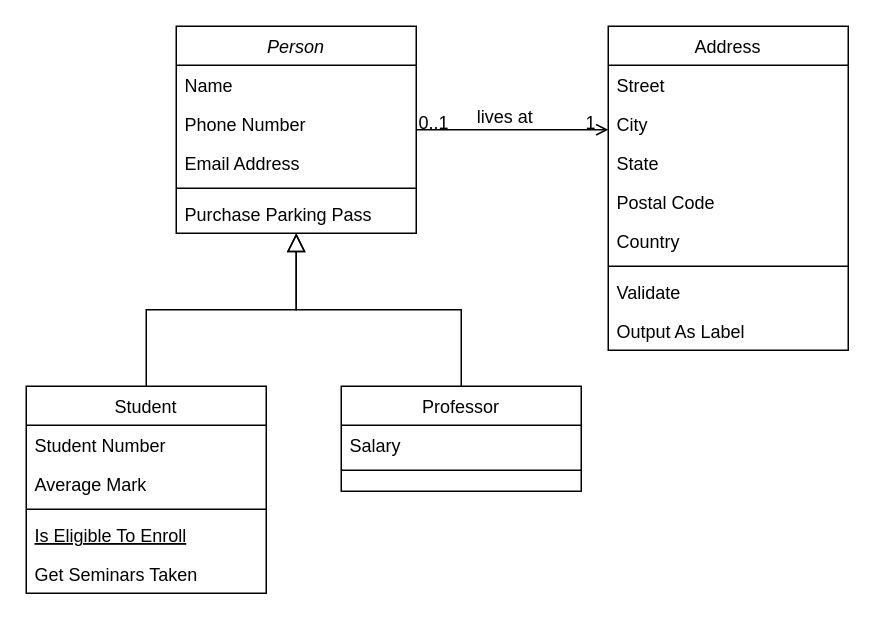
Above: Untitled Diagram.drawio in Stormtroopper/HTML-layout-learning (draw.io), before the change. Source tidied: cells renumbered, new cells numbered last; positions are measured from the earlier drawing's top-left corner, leaving out a move shared by most shapes. Both pictures are drawn from the tidied source at 150%, with x=0, y=0 at pixel (26, 26).
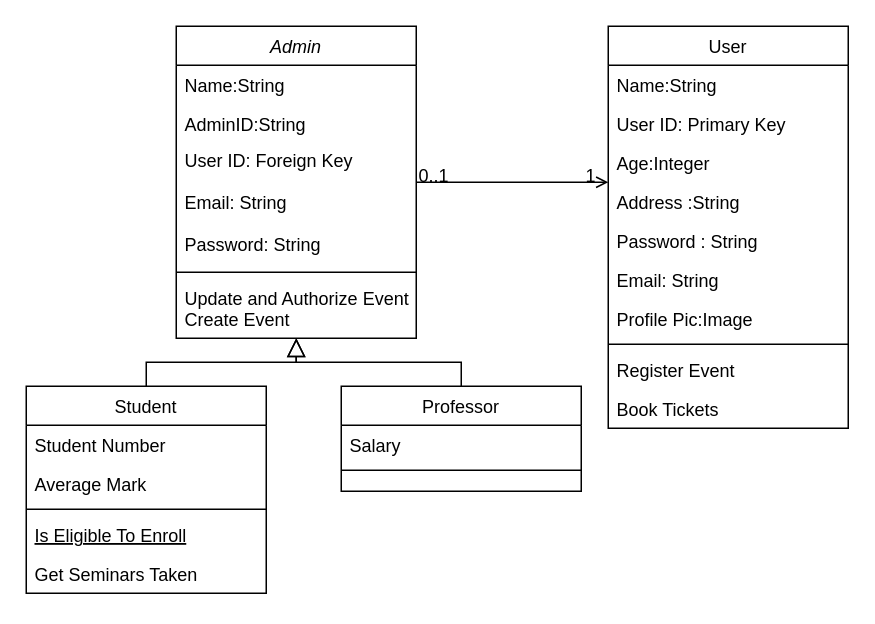
The same diagram, later.

Unchanged cells that the change refers to:
```xml
<mxCell id="28" style="endArrow=open;shadow=0;strokeWidth=1;rounded=0;curved=0;endFill=1;edgeStyle=elbowEdgeStyle;elbow=vertical;" parent="1" edge="1" source="2" target="19">
  <mxGeometry x="0.5" y="41" relative="1" as="geometry">
    <mxPoint x="-40" y="32" as="offset" />
  </mxGeometry>
</mxCell>
```

What changed in the source:
```diff
@@
-    <mxCell id="2" value="Person" style="swimlane;fontStyle=2;align=center;verticalAlign=top;horizontal=1;startSize=26;rounded=0;shadow=0;strokeWidth=1;" parent="1" vertex="1">
-      <mxGeometry x="100" width="160" height="138" as="geometry" />
+    <mxCell id="2" value="Admin" style="swimlane;fontStyle=2;align=center;verticalAlign=top;horizontal=1;startSize=26;rounded=0;shadow=0;strokeWidth=1;" parent="1" vertex="1">
+      <mxGeometry x="100" width="160" height="208" as="geometry" />
     </mxCell>
+    <mxCell id="4" value="Name:String" style="text;align=left;verticalAlign=top;spacingLeft=4;spacingRight=4;overflow=hidden;rounded=0;shadow=0;html=0;" parent="2" vertex="1">
+      <mxGeometry y="26" width="160" height="26" as="geometry" />
+    </mxCell>
-    <mxCell id="3" value="Name" style="text;align=left;verticalAlign=top;spacingLeft=4;spacingRight=4;overflow=hidden;" parent="2" vertex="1">
-      <mxGeometry y="26" width="160" height="26" as="geometry" />
+    <mxCell id="3" value="AdminID:String" style="text;align=left;verticalAlign=top;spacingLeft=4;spacingRight=4;overflow=hidden;" parent="2" vertex="1">
+      <mxGeometry y="52" width="160" height="24" as="geometry" />
     </mxCell>
-    <mxCell id="4" value="Phone Number" style="text;align=left;verticalAlign=top;spacingLeft=4;spacingRight=4;overflow=hidden;rounded=0;shadow=0;html=0;" parent="2" vertex="1">
-      <mxGeometry y="52" width="160" height="26" as="geometry" />
-    </mxCell>
-    <mxCell id="5" value="Email Address" style="text;align=left;verticalAlign=top;spacingLeft=4;spacingRight=4;overflow=hidden;rounded=0;shadow=0;html=0;" parent="2" vertex="1">
-      <mxGeometry y="78" width="160" height="26" as="geometry" />
+    <mxCell id="5" value="User ID: Foreign Key&#10;&#10;Email: String&#10;&#10;Password: String" style="text;align=left;verticalAlign=top;spacingLeft=4;spacingRight=4;overflow=hidden;rounded=0;shadow=0;html=0;" parent="2" vertex="1">
+      <mxGeometry y="76" width="160" height="84" as="geometry" />
     </mxCell>
     <mxCell id="6" style="line;html=1;strokeWidth=1;align=left;verticalAlign=middle;spacingTop=-1;spacingLeft=3;spacingRight=3;labelPosition=right;" parent="2" vertex="1">
-      <mxGeometry y="104" width="160" height="8" as="geometry" />
+      <mxGeometry y="160" width="160" height="8" as="geometry" />
     </mxCell>
-    <mxCell id="7" value="Purchase Parking Pass" style="text;align=left;verticalAlign=top;spacingLeft=4;spacingRight=4;overflow=hidden;" parent="2" vertex="1">
-      <mxGeometry y="112" width="160" height="26" as="geometry" />
+    <mxCell id="7" value="Update and Authorize Event&#10;Create Event&#10;" style="text;align=left;verticalAlign=top;spacingLeft=4;spacingRight=4;overflow=hidden;" parent="2" vertex="1">
+      <mxGeometry y="168" width="160" height="40" as="geometry" />
     </mxCell>
@@
-    <mxCell id="19" value="Address" style="swimlane;fontStyle=0;align=center;verticalAlign=top;horizontal=1;startSize=26;rounded=0;shadow=0;strokeWidth=1;" parent="1" vertex="1">
-      <mxGeometry x="388" width="160" height="216" as="geometry" />
+    <mxCell id="19" value="User" style="swimlane;fontStyle=0;align=center;verticalAlign=top;horizontal=1;startSize=26;rounded=0;shadow=0;strokeWidth=1;" parent="1" vertex="1">
+      <mxGeometry x="388" width="160" height="268" as="geometry" />
     </mxCell>
-    <mxCell id="20" value="Street" style="text;align=left;verticalAlign=top;spacingLeft=4;spacingRight=4;overflow=hidden;" parent="19" vertex="1">
+    <mxCell id="20" value="Name:String" style="text;align=left;verticalAlign=top;spacingLeft=4;spacingRight=4;overflow=hidden;" parent="19" vertex="1">
       <mxGeometry y="26" width="160" height="26" as="geometry" />
     </mxCell>
-    <mxCell id="21" value="City" style="text;align=left;verticalAlign=top;spacingLeft=4;spacingRight=4;overflow=hidden;rounded=0;shadow=0;html=0;" parent="19" vertex="1">
+    <mxCell id="21" value="User ID: Primary Key" style="text;align=left;verticalAlign=top;spacingLeft=4;spacingRight=4;overflow=hidden;rounded=0;shadow=0;html=0;" parent="19" vertex="1">
       <mxGeometry y="52" width="160" height="26" as="geometry" />
     </mxCell>
-    <mxCell id="22" value="State" style="text;align=left;verticalAlign=top;spacingLeft=4;spacingRight=4;overflow=hidden;rounded=0;shadow=0;html=0;" parent="19" vertex="1">
+    <mxCell id="22" value="Age:Integer" style="text;align=left;verticalAlign=top;spacingLeft=4;spacingRight=4;overflow=hidden;rounded=0;shadow=0;html=0;" parent="19" vertex="1">
       <mxGeometry y="78" width="160" height="26" as="geometry" />
     </mxCell>
-    <mxCell id="23" value="Postal Code" style="text;align=left;verticalAlign=top;spacingLeft=4;spacingRight=4;overflow=hidden;rounded=0;shadow=0;html=0;" parent="19" vertex="1">
+    <mxCell id="23" value="Address :String" style="text;align=left;verticalAlign=top;spacingLeft=4;spacingRight=4;overflow=hidden;rounded=0;shadow=0;html=0;" parent="19" vertex="1">
       <mxGeometry y="104" width="160" height="26" as="geometry" />
     </mxCell>
+    <mxCell id="32" value="Password : String" style="text;align=left;verticalAlign=top;spacingLeft=4;spacingRight=4;overflow=hidden;rounded=0;shadow=0;html=0;" parent="19" vertex="1">
+      <mxGeometry y="130" width="160" height="26" as="geometry" />
+    </mxCell>
-    <mxCell id="24" value="Country" style="text;align=left;verticalAlign=top;spacingLeft=4;spacingRight=4;overflow=hidden;rounded=0;shadow=0;html=0;" parent="19" vertex="1">
-      <mxGeometry y="130" width="160" height="26" as="geometry" />
+    <mxCell id="24" value="Email: String" style="text;align=left;verticalAlign=top;spacingLeft=4;spacingRight=4;overflow=hidden;rounded=0;shadow=0;html=0;" parent="19" vertex="1">
+      <mxGeometry y="156" width="160" height="26" as="geometry" />
     </mxCell>
+    <mxCell id="33" value="Profile Pic:Image" style="text;align=left;verticalAlign=top;spacingLeft=4;spacingRight=4;overflow=hidden;rounded=0;shadow=0;html=0;" parent="19" vertex="1">
+      <mxGeometry y="182" width="160" height="26" as="geometry" />
+    </mxCell>
     <mxCell id="25" style="line;html=1;strokeWidth=1;align=left;verticalAlign=middle;spacingTop=-1;spacingLeft=3;spacingRight=3;labelPosition=right;" parent="19" vertex="1">
-      <mxGeometry y="156" width="160" height="8" as="geometry" />
+      <mxGeometry y="208" width="160" height="8" as="geometry" />
     </mxCell>
-    <mxCell id="26" value="Validate" style="text;align=left;verticalAlign=top;spacingLeft=4;spacingRight=4;overflow=hidden;" parent="19" vertex="1">
-      <mxGeometry y="164" width="160" height="26" as="geometry" />
+    <mxCell id="26" value="Register Event " style="text;align=left;verticalAlign=top;spacingLeft=4;spacingRight=4;overflow=hidden;" parent="19" vertex="1">
+      <mxGeometry y="216" width="160" height="26" as="geometry" />
     </mxCell>
-    <mxCell id="27" value="Output As Label" style="text;align=left;verticalAlign=top;spacingLeft=4;spacingRight=4;overflow=hidden;" parent="19" vertex="1">
-      <mxGeometry y="190" width="160" height="26" as="geometry" />
+    <mxCell id="27" value="Book Tickets" style="text;align=left;verticalAlign=top;spacingLeft=4;spacingRight=4;overflow=hidden;" parent="19" vertex="1">
+      <mxGeometry y="242" width="160" height="26" as="geometry" />
     </mxCell>
@@
-    <mxCell id="31" value="lives at" style="text;html=1;align=center;verticalAlign=middle;labelBackgroundColor=none;rounded=0;shadow=0;strokeWidth=1;fontSize=12;" parent="28" vertex="1">
-      <mxGeometry x="0.5" y="49" relative="1" as="geometry">
-        <mxPoint x="-38" y="40" as="offset" />
-      </mxGeometry>
-    </mxCell>
```
